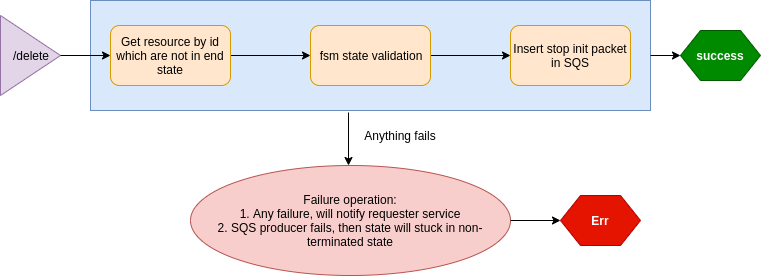
This is stop_resource_api.png from prodipta/blueshift-resouce, a draw.io export, as it was before one commit. Source tidied: cells renumbered, new cells last; positions are measured from the earlier drawing's top-left corner, leaving out a move shared by most shapes.
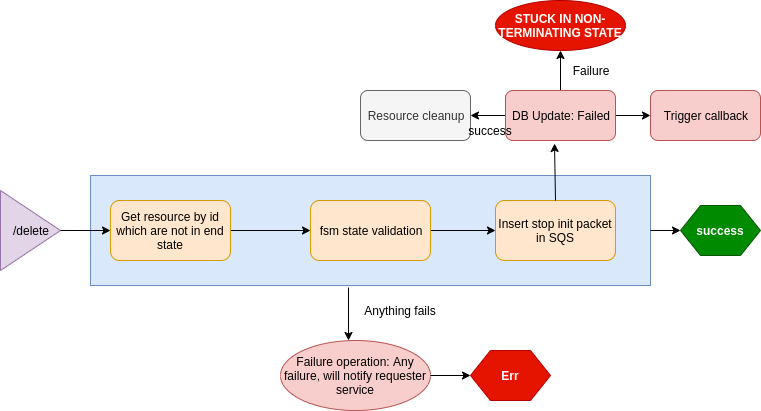
After the change.

Commit message:
update resource diag

What changed in the source:
```diff
@@ -26,7 +26,7 @@
       <mxGeometry x="310" y="25" width="120" height="60" as="geometry" />
     </mxCell>
     <mxCell id="9" value="Insert stop init packet in SQS" style="rounded=1;whiteSpace=wrap;html=1;fillColor=#ffe6cc;strokeColor=#d79b00;" parent="1" vertex="1">
-      <mxGeometry x="510" y="25" width="120" height="60" as="geometry" />
+      <mxGeometry x="495" y="25" width="120" height="60" as="geometry" />
     </mxCell>
     <mxCell id="10" style="endArrow=classic;html=1;" parent="1" edge="1">
       <mxGeometry relative="1" as="geometry">
@@ -34,19 +34,17 @@
         <mxPoint x="348" y="165" as="targetPoint" />
       </mxGeometry>
     </mxCell>
-    <mxCell id="11" value="Failure operation:&lt;br&gt;1. Any failure, will notify requester service&lt;br&gt;2. SQS producer fails, then state will stuck in non-terminated state" style="ellipse;whiteSpace=wrap;html=1;fillColor=#f8cecc;strokeColor=#b85450;" parent="1" vertex="1">
-      <mxGeometry x="190" y="165" width="320" height="110" as="geometry" />
+    <mxCell id="11" value="Failure operation: Any failure, will notify requester service" style="ellipse;whiteSpace=wrap;html=1;fillColor=#f8cecc;strokeColor=#b85450;" parent="1" vertex="1">
+      <mxGeometry x="280" y="165" width="150" height="70" as="geometry" />
     </mxCell>
     <mxCell id="12" value="Anything fails" style="text;html=1;strokeColor=none;fillColor=none;align=center;verticalAlign=middle;whiteSpace=wrap;rounded=0;" parent="1" vertex="1">
       <mxGeometry x="360" y="125" width="80" height="20" as="geometry" />
     </mxCell>
-    <mxCell id="13" style="endArrow=classic;html=1;exitX=1;exitY=0.5;exitDx=0;exitDy=0;" parent="1" edge="1" source="11">
-      <mxGeometry relative="1" as="geometry">
-        <mxPoint x="560" y="220" as="targetPoint" />
-      </mxGeometry>
+    <mxCell id="13" style="endArrow=classic;html=1;exitX=1;exitY=0.5;exitDx=0;exitDy=0;entryX=0;entryY=0.5;entryDx=0;entryDy=0;" parent="1" edge="1" source="11" target="14">
+      <mxGeometry relative="1" as="geometry" />
     </mxCell>
     <mxCell id="14" value="Err" style="shape=hexagon;perimeter=hexagonPerimeter2;whiteSpace=wrap;html=1;fillColor=#e51400;strokeColor=#B20000;fontColor=#ffffff;fontStyle=1;" parent="1" vertex="1">
-      <mxGeometry x="560" y="195" width="80" height="50" as="geometry" />
+      <mxGeometry x="470" y="175" width="80" height="50" as="geometry" />
     </mxCell>
     <mxCell id="15" style="endArrow=classic;html=1;exitX=1;exitY=0.5;exitDx=0;exitDy=0;" parent="1" edge="1" source="2">
       <mxGeometry relative="1" as="geometry">
@@ -56,5 +54,37 @@
     <mxCell id="16" value="success" style="shape=hexagon;perimeter=hexagonPerimeter2;whiteSpace=wrap;html=1;fillColor=#008a00;strokeColor=#005700;fontColor=#ffffff;fontStyle=1;" parent="1" vertex="1">
       <mxGeometry x="680" y="30" width="80" height="50" as="geometry" />
     </mxCell>
+    <mxCell id="17" style="endArrow=classic;html=1;exitX=0.5;exitY=0;exitDx=0;exitDy=0;" parent="1" edge="1" source="9">
+      <mxGeometry relative="1" as="geometry">
+        <mxPoint x="554" y="-32" as="targetPoint" />
+      </mxGeometry>
+    </mxCell>
+    <mxCell id="18" style="edgeStyle=orthogonalEdgeStyle;rounded=0;jettySize=auto;html=1;" parent="1" edge="1" source="21" target="23">
+      <mxGeometry relative="1" as="geometry" />
+    </mxCell>
+    <mxCell id="19" style="edgeStyle=orthogonalEdgeStyle;rounded=0;jettySize=auto;html=1;" parent="1" edge="1" source="21" target="22">
+      <mxGeometry relative="1" as="geometry" />
+    </mxCell>
+    <mxCell id="20" style="edgeStyle=orthogonalEdgeStyle;rounded=0;jettySize=auto;html=1;entryX=0.5;entryY=1;entryDx=0;entryDy=0;" parent="1" edge="1" source="21" target="24">
+      <mxGeometry relative="1" as="geometry" />
+    </mxCell>
+    <mxCell id="21" value="DB Update: Failed" style="rounded=1;whiteSpace=wrap;html=1;fillColor=#f8cecc;strokeColor=#b85450;" parent="1" vertex="1">
+      <mxGeometry x="505" y="-85" width="110" height="50" as="geometry" />
+    </mxCell>
+    <mxCell id="22" value="Trigger callback" style="rounded=1;whiteSpace=wrap;html=1;fillColor=#f8cecc;strokeColor=#b85450;" parent="1" vertex="1">
+      <mxGeometry x="650" y="-85" width="110" height="50" as="geometry" />
+    </mxCell>
+    <mxCell id="23" value="Resource cleanup" style="rounded=1;whiteSpace=wrap;html=1;fillColor=#f5f5f5;strokeColor=#666666;fontColor=#333333;" parent="1" vertex="1">
+      <mxGeometry x="360" y="-85" width="110" height="50" as="geometry" />
+    </mxCell>
+    <mxCell id="24" value="STUCK IN NON-TERMINATING STATE" style="ellipse;whiteSpace=wrap;html=1;fillColor=#e51400;strokeColor=#B20000;fontColor=#ffffff;fontStyle=1;" parent="1" vertex="1">
+      <mxGeometry x="495" y="-175" width="130" height="50" as="geometry" />
+    </mxCell>
+    <mxCell id="25" value="Failure" style="text;html=1;strokeColor=none;fillColor=none;align=center;verticalAlign=middle;whiteSpace=wrap;rounded=0;" parent="1" vertex="1">
+      <mxGeometry x="570" y="-115" width="40" height="20" as="geometry" />
+    </mxCell>
+    <mxCell id="26" value="success" style="text;html=1;strokeColor=none;fillColor=none;align=center;verticalAlign=middle;whiteSpace=wrap;rounded=0;" parent="1" vertex="1">
+      <mxGeometry x="470" y="-55" width="40" height="20" as="geometry" />
+    </mxCell>
   </root>
 </mxGraphModel>
```
